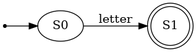
Before: dfa.png, a diagram exported from Graphviz (strozz1/myjs-compiler). Its source is kept beside it as dfa.dot.
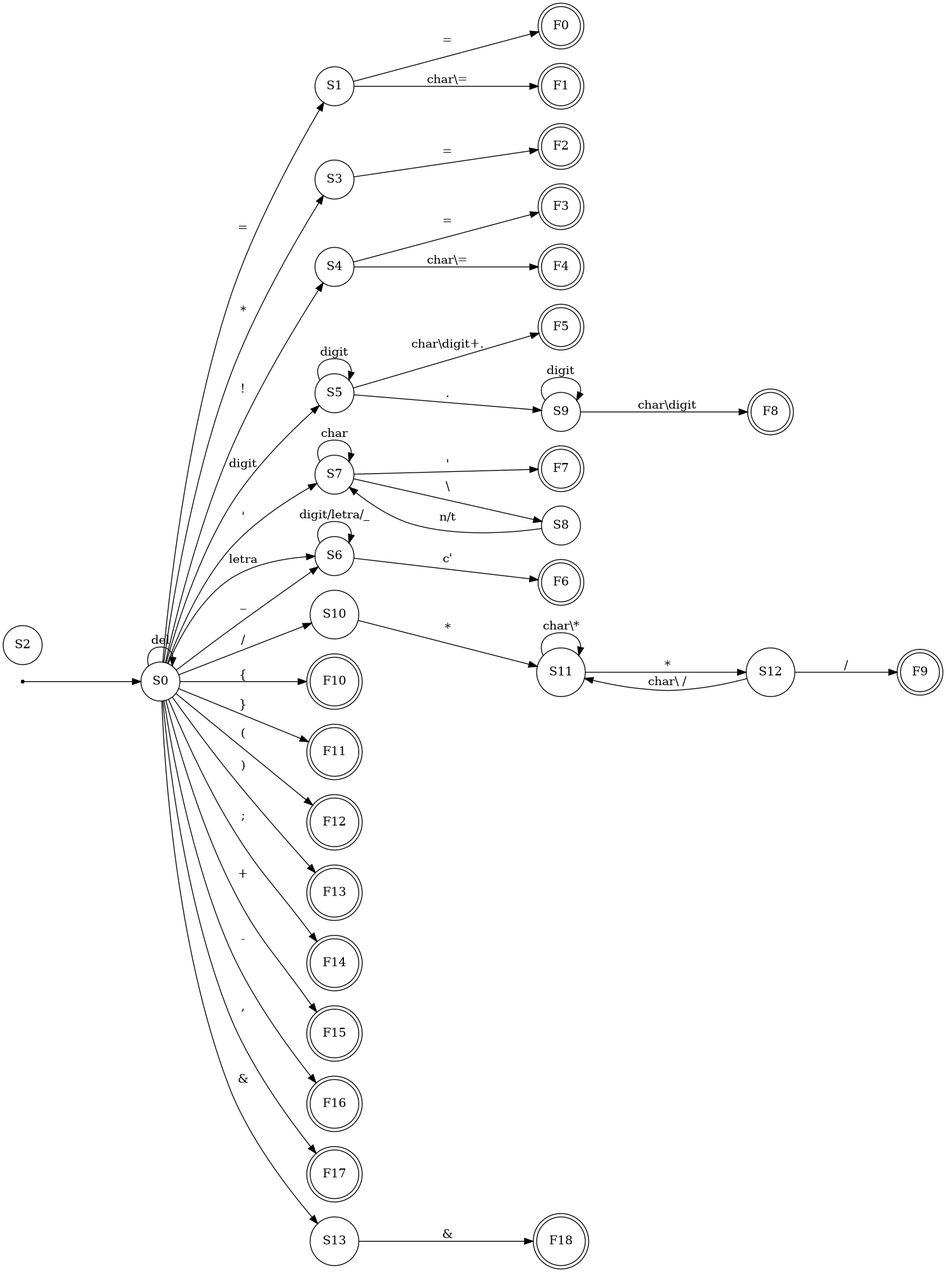
Later version of the same file.

What changed in the source:
```diff
@@ -1,8 +1,94 @@
 digraph DFA{
-    rankdir=LR; // direction
+    rankdir=LR;
+    ranksep=1.6;
     start [shape=point];
     start -> S0;
+    S0 -> S0 [label="del"];
+    S0 -> S1 [label="="];
+    S1 -> F0 [label="="];
+    S1 -> F1 [label="char\\="];
 
-    S0 -> S1 [label="l"];
-    S1 [shape=doublecircle];
+    S0 -> S3 [label="*"];
+    S3 -> F2 [label="="];
+
+    S0 -> S4 [label="!"];
+    S4 -> F3 [label="="];
+    S4 -> F4 [label="char\\="];
+
+    S0 -> S5 [label="digit"];
+    S5 -> S5 [label="digit"];
+    S5 -> F5 [label="char\\digit+."];
+    S5 -> S9 [label="."];
+    S9 -> S9 [label="digit"];
+    S9 -> F8 [label="char\\digit"];
+
+
+    S0 -> S7 [label="'"];
+    S7 -> S7 [label="char"];
+
+    S7 -> F7 [label="'"];
+    S7 -> S8 [label="\\"];
+    S8 -> S7 [label="n/t"];
+    S0 -> S6 [label="letra"];
+    S0 -> S6 [label="_"];
+    S6 -> S6 [label="digit/letra/_"];
+    S6 -> F6 [label="c'"];
+
+    S0 -> S10 [label="/"];
+    S10 -> S11 [label="*"];
+    S11 -> S11 [label="char\\*"];
+    S11 -> S12 [label="*"];
+    S12 -> S11 [label="char\\ /"];
+    S12 -> F9 [label="/"];
+
+    S0 -> F10 [label="{"];
+    S0 -> F11 [label="}"];
+
+    S0 -> F12 [label="("];
+    S0 -> F13 [label=")"];
+
+    S0 -> F14 [label=";"];
+    S0 -> F15 [label="+"];
+    S0 -> F16 [label="-"];
+    S0 -> F17 [label=","];
+
+    S0 -> S13 [label="&"];
+    S13 -> F18 [label="&"];
+
+    S0 [shape=circle];
+    S1 [shape=circle];
+    S2 [shape=circle];
+    S3 [shape=circle];
+    S4 [shape=circle];
+    S5 [shape=circle];
+    S6 [shape=circle];
+    S7 [shape=circle];
+    S8 [shape=circle];
+    S9 [shape=circle];
+    S10 [shape=circle];
+    S11 [shape=circle];
+    S12 [shape=circle];
+    S13 [shape=circle];
+
+
+    F0 [shape=doublecircle];
+    F1 [shape=doublecircle];
+    F2 [shape=doublecircle];
+    F3 [shape=doublecircle];
+    F4 [shape=doublecircle];
+    F5 [shape=doublecircle];
+    F6 [shape=doublecircle];
+    F7 [shape=doublecircle];
+    F8 [shape=doublecircle];
+    F9 [shape=doublecircle];
+    F10 [shape=doublecircle];
+    F11 [shape=doublecircle];
+    F12 [shape=doublecircle];
+    F13 [shape=doublecircle];
+    F14 [shape=doublecircle];
+    F15 [shape=doublecircle];
+    F16 [shape=doublecircle];
+    F17 [shape=doublecircle];
+    F18 [shape=doublecircle];
 }
+
```
